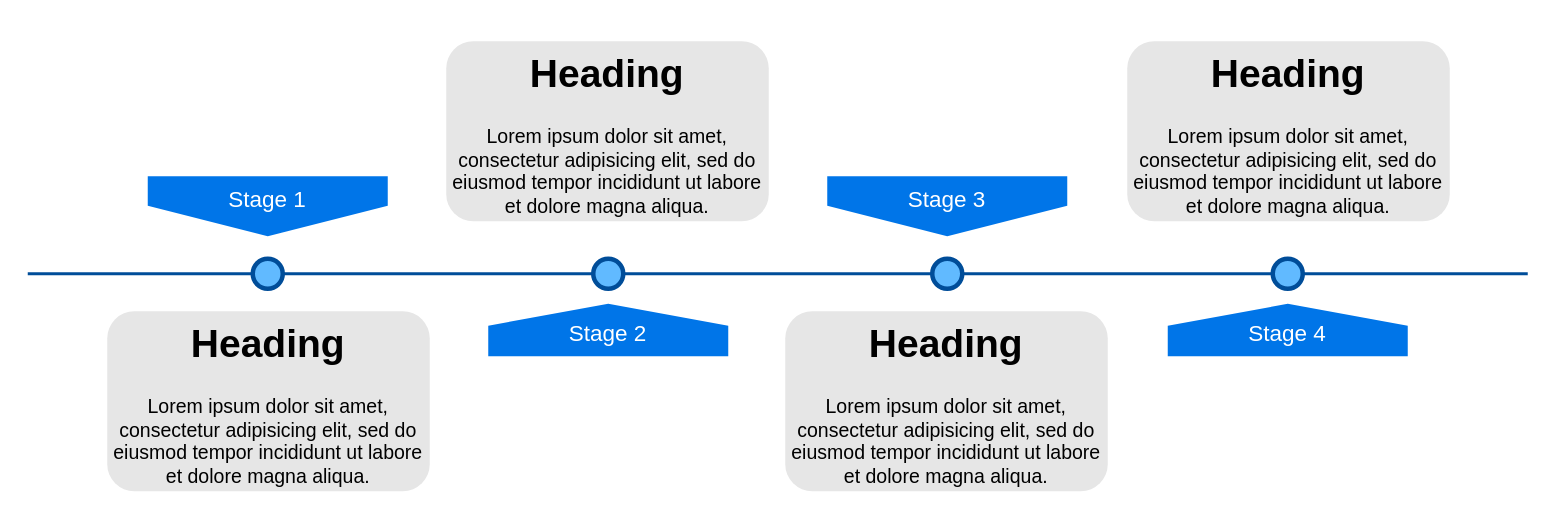
This is flowchart.drawio from Muffeter/heroku001, a draw.io file, before an edit. Source tidied: cells renumbered, new cells numbered last; positions are measured from the earlier drawing's top-left corner, leaving out a move shared by most shapes. Both pictures are drawn from the tidied source at 150%, with x=0, y=0 at pixel (27, 40).
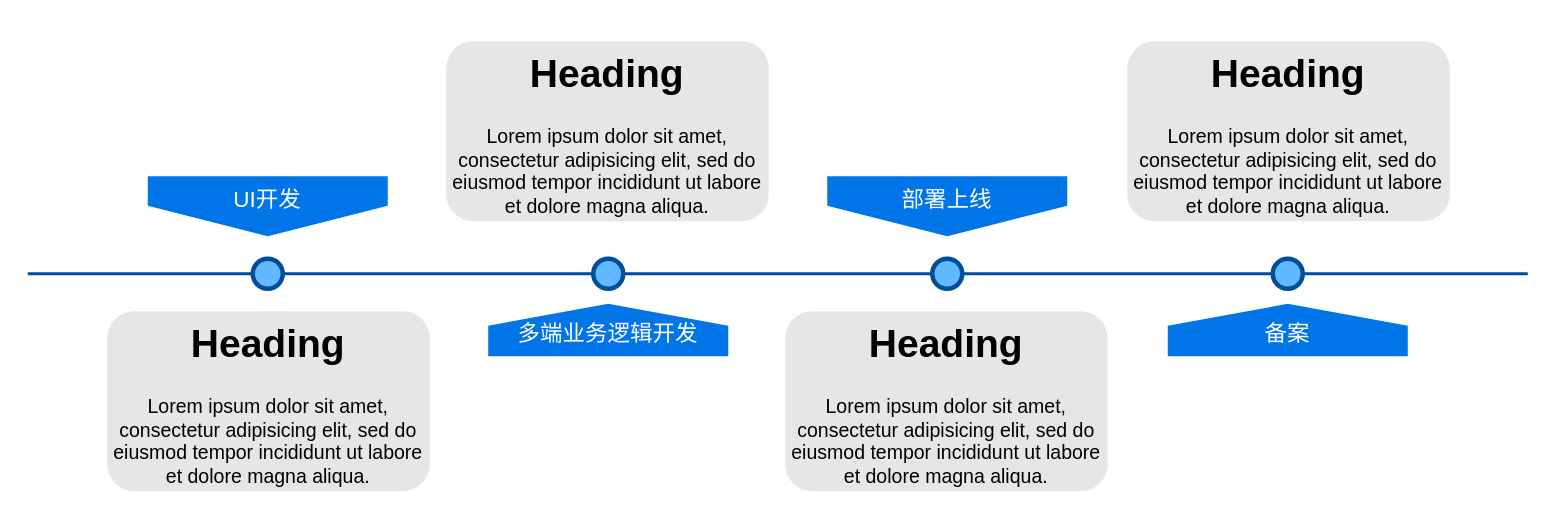
Above is the later version.

Change to the diagram source:
```diff
@@
 <mxGraphModel>
   <root>
     <mxCell id="0" />
     <mxCell id="1" parent="0" />
     <mxCell id="2" style="line;strokeWidth=2;html=1;fillColor=none;fontSize=28;fontColor=#004D99;strokeColor=#004D99;" parent="1" vertex="1">
       <mxGeometry y="150" width="1000" height="10" as="geometry" />
     </mxCell>
-    <mxCell id="3" value="Stage 1" style="shape=offPageConnector;whiteSpace=wrap;html=1;fillColor=#0075E8;fontSize=15;fontColor=#FFFFFF;size=0.5093750000000015;verticalAlign=top;strokeColor=none;" parent="1" vertex="1">
+    <mxCell id="3" value="UI开发" style="shape=offPageConnector;whiteSpace=wrap;html=1;fillColor=#0075E8;fontSize=15;fontColor=#FFFFFF;size=0.5093750000000015;verticalAlign=top;strokeColor=none;" parent="1" vertex="1">
       <mxGeometry x="80" y="90" width="160" height="40" as="geometry" />
     </mxCell>
-    <mxCell id="4" value="&lt;span&gt;Stage 3&lt;/span&gt;" style="shape=offPageConnector;whiteSpace=wrap;html=1;fillColor=#0075E8;fontSize=15;fontColor=#FFFFFF;size=0.5093750000000015;verticalAlign=top;strokeColor=none;" parent="1" vertex="1">
+    <mxCell id="4" value="部署上线" style="shape=offPageConnector;whiteSpace=wrap;html=1;fillColor=#0075E8;fontSize=15;fontColor=#FFFFFF;size=0.5093750000000015;verticalAlign=top;strokeColor=none;" parent="1" vertex="1">
       <mxGeometry x="533" y="90" width="160" height="40" as="geometry" />
     </mxCell>
-    <mxCell id="5" value="&lt;span&gt;Stage 2&lt;/span&gt;" style="shape=offPageConnector;whiteSpace=wrap;html=1;fillColor=#0075E8;fontSize=15;fontColor=#FFFFFF;size=0.4178571428571445;flipV=1;verticalAlign=bottom;strokeColor=none;spacingBottom=4;" parent="1" vertex="1">
+    <mxCell id="5" value="多端业务逻辑开发" style="shape=offPageConnector;whiteSpace=wrap;html=1;fillColor=#0075E8;fontSize=15;fontColor=#FFFFFF;size=0.4178571428571445;flipV=1;verticalAlign=bottom;strokeColor=none;spacingBottom=4;" parent="1" vertex="1">
       <mxGeometry x="307" y="175" width="160" height="35" as="geometry" />
     </mxCell>
-    <mxCell id="6" value="&lt;span&gt;Stage 4&lt;/span&gt;" style="shape=offPageConnector;whiteSpace=wrap;html=1;fillColor=#0075E8;fontSize=15;fontColor=#FFFFFF;size=0.4178571428571445;flipV=1;verticalAlign=bottom;strokeColor=none;spacingBottom=4;" parent="1" vertex="1">
+    <mxCell id="6" value="备案" style="shape=offPageConnector;whiteSpace=wrap;html=1;fillColor=#0075E8;fontSize=15;fontColor=#FFFFFF;size=0.4178571428571445;flipV=1;verticalAlign=bottom;strokeColor=none;spacingBottom=4;" parent="1" vertex="1">
       <mxGeometry x="760" y="175" width="160" height="35" as="geometry" />
     </mxCell>
     <mxCell id="7" style="ellipse;whiteSpace=wrap;html=1;fillColor=#61BAFF;fontSize=28;fontColor=#004D99;strokeWidth=3;strokeColor=#004D99;" parent="1" vertex="1">
       <mxGeometry x="150" y="145" width="20" height="20" as="geometry" />
     </mxCell>
     <mxCell id="8" style="ellipse;whiteSpace=wrap;html=1;fillColor=#61BAFF;fontSize=28;fontColor=#004D99;strokeWidth=3;strokeColor=#004D99;" parent="1" vertex="1">
       <mxGeometry x="377" y="145" width="20" height="20" as="geometry" />
     </mxCell>
     <mxCell id="9" style="ellipse;whiteSpace=wrap;html=1;fillColor=#61BAFF;fontSize=28;fontColor=#004D99;strokeWidth=3;strokeColor=#004D99;" parent="1" vertex="1">
       <mxGeometry x="603" y="145" width="20" height="20" as="geometry" />
     </mxCell>
     <mxCell id="10" style="ellipse;whiteSpace=wrap;html=1;fillColor=#61BAFF;fontSize=28;fontColor=#004D99;strokeWidth=3;strokeColor=#004D99;" parent="1" vertex="1">
       <mxGeometry x="830" y="145" width="20" height="20" as="geometry" />
     </mxCell>
     <mxCell id="11" value="&lt;h1&gt;Heading&lt;/h1&gt;&lt;p&gt;Lorem ipsum dolor sit amet, consectetur adipisicing elit, sed do eiusmod tempor incididunt ut labore et dolore magna aliqua.&lt;/p&gt;" style="text;html=1;spacing=5;spacingTop=-20;whiteSpace=wrap;overflow=hidden;strokeColor=none;strokeWidth=3;fillColor=#E6E6E6;fontSize=13;fontColor=#000000;align=center;rounded=1;" parent="1" vertex="1">
       <mxGeometry x="53" y="180" width="215" height="120" as="geometry" />
     </mxCell>
     <mxCell id="12" value="&lt;h1&gt;Heading&lt;/h1&gt;&lt;p&gt;Lorem ipsum dolor sit amet, consectetur adipisicing elit, sed do eiusmod tempor incididunt ut labore et dolore magna aliqua.&lt;/p&gt;" style="text;html=1;spacing=5;spacingTop=-20;whiteSpace=wrap;overflow=hidden;strokeColor=none;strokeWidth=3;fillColor=#E6E6E6;fontSize=13;fontColor=#000000;align=center;rounded=1;" parent="1" vertex="1">
       <mxGeometry x="279" width="215" height="120" as="geometry" />
     </mxCell>
     <mxCell id="13" value="&lt;h1&gt;Heading&lt;/h1&gt;&lt;p&gt;Lorem ipsum dolor sit amet, consectetur adipisicing elit, sed do eiusmod tempor incididunt ut labore et dolore magna aliqua.&lt;/p&gt;" style="text;html=1;spacing=5;spacingTop=-20;whiteSpace=wrap;overflow=hidden;strokeColor=none;strokeWidth=3;fillColor=#E6E6E6;fontSize=13;fontColor=#000000;align=center;rounded=1;" parent="1" vertex="1">
       <mxGeometry x="505" y="180" width="215" height="120" as="geometry" />
     </mxCell>
     <mxCell id="14" value="&lt;h1&gt;Heading&lt;/h1&gt;&lt;p&gt;Lorem ipsum dolor sit amet, consectetur adipisicing elit, sed do eiusmod tempor incididunt ut labore et dolore magna aliqua.&lt;/p&gt;" style="text;html=1;spacing=5;spacingTop=-20;whiteSpace=wrap;overflow=hidden;strokeColor=none;strokeWidth=3;fillColor=#E6E6E6;fontSize=13;fontColor=#000000;align=center;rounded=1;" parent="1" vertex="1">
       <mxGeometry x="733" width="215" height="120" as="geometry" />
     </mxCell>
   </root>
 </mxGraphModel>
```
